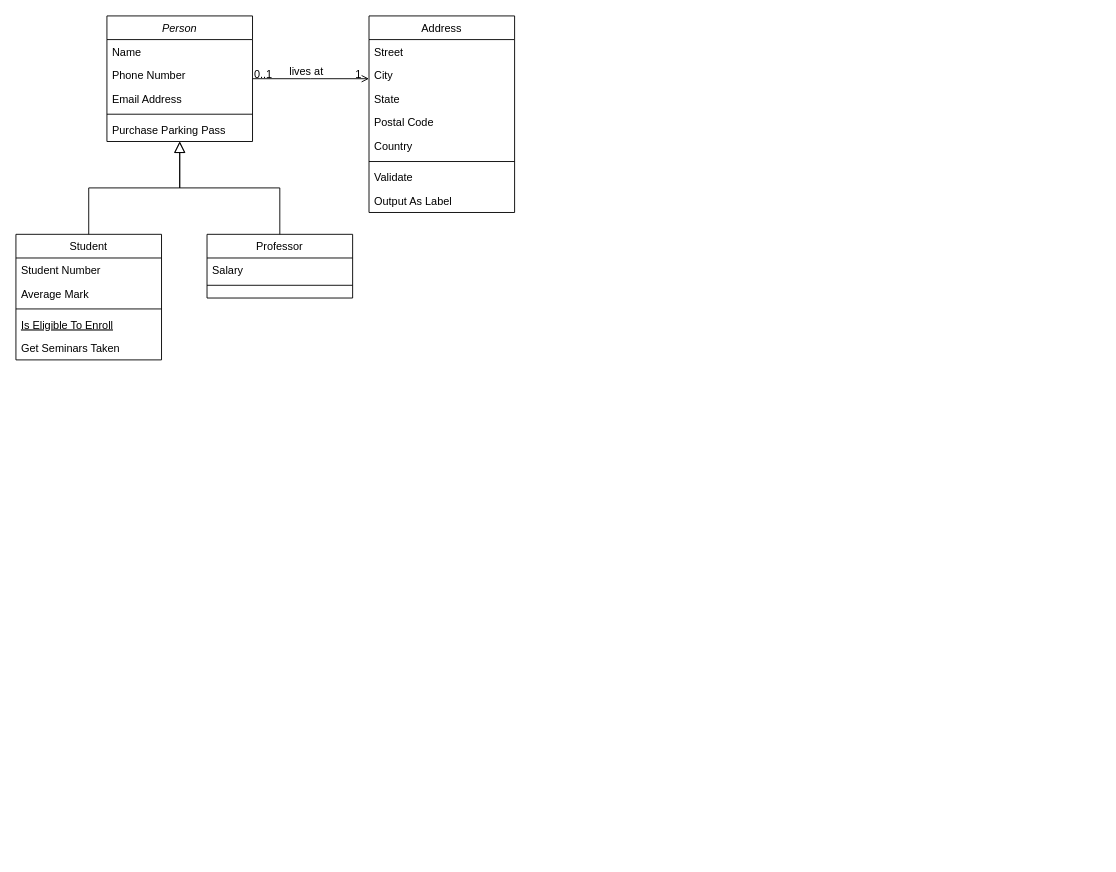
Above: Untitled Diagram.drawio in karim-daw/connect4-game (draw.io), before the change. Source tidied: cells renumbered, new cells numbered last; positions are measured from the earlier drawing's top-left corner, leaving out a move shared by most shapes. Both pictures are drawn from the tidied source at 91%, with x=0, y=0 at pixel (15, 15).
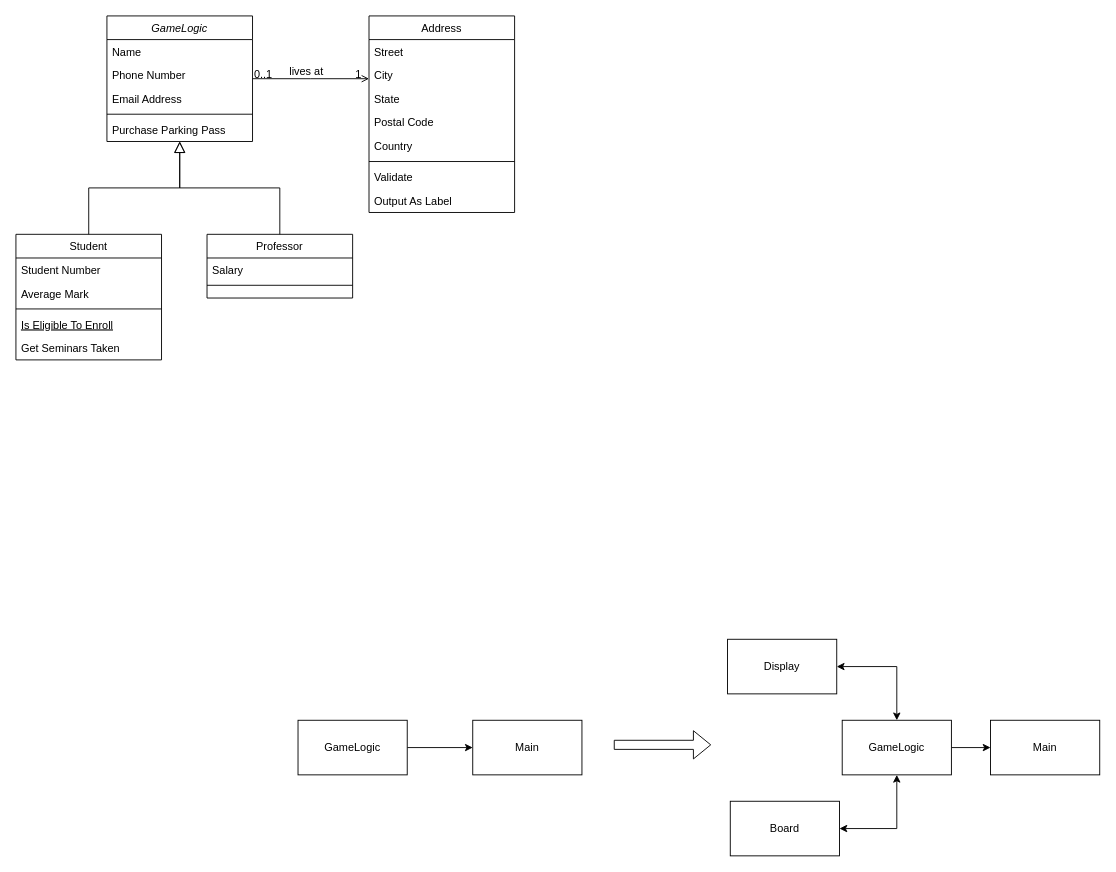
The same diagram, later.

The edit, as a diff of the source:
```diff
@@
-    <mxCell id="2" value="Person" style="swimlane;fontStyle=2;align=center;verticalAlign=top;horizontal=1;startSize=26;rounded=0;shadow=0;strokeWidth=1;" parent="1" vertex="1">
+    <mxCell id="2" value="GameLogic" style="swimlane;fontStyle=2;align=center;verticalAlign=top;horizontal=1;startSize=26;rounded=0;shadow=0;strokeWidth=1;" parent="1" vertex="1">
       <mxGeometry x="100" width="160" height="138" as="geometry" />
     </mxCell>
@@
+    <mxCell id="32" style="edgeStyle=orthogonalEdgeStyle;rounded=0;jettySize=auto;html=1;" parent="1" edge="1" source="34" target="38">
+      <mxGeometry relative="1" as="geometry" />
+    </mxCell>
+    <mxCell id="33" style="edgeStyle=orthogonalEdgeStyle;rounded=0;jettySize=auto;html=1;exitX=0.5;exitY=1;exitDx=0;exitDy=0;entryX=1;entryY=0.5;entryDx=0;entryDy=0;startArrow=classic;startFill=1;" parent="1" edge="1" source="34" target="37">
+      <mxGeometry relative="1" as="geometry" />
+    </mxCell>
+    <mxCell id="34" value="GameLogic" style="rounded=0;whiteSpace=wrap;html=1;" parent="1" vertex="1">
+      <mxGeometry x="908" y="774" width="120" height="60" as="geometry" />
+    </mxCell>
+    <mxCell id="35" style="edgeStyle=orthogonalEdgeStyle;rounded=0;jettySize=auto;html=1;exitX=1;exitY=0.5;exitDx=0;exitDy=0;startArrow=classic;startFill=1;" parent="1" edge="1" source="36" target="34">
+      <mxGeometry relative="1" as="geometry" />
+    </mxCell>
+    <mxCell id="36" value="Display" style="rounded=0;whiteSpace=wrap;html=1;" parent="1" vertex="1">
+      <mxGeometry x="782" y="685" width="120" height="60" as="geometry" />
+    </mxCell>
+    <mxCell id="37" value="Board" style="rounded=0;whiteSpace=wrap;html=1;" parent="1" vertex="1">
+      <mxGeometry x="785" y="863" width="120" height="60" as="geometry" />
+    </mxCell>
+    <mxCell id="38" value="Main" style="whiteSpace=wrap;html=1;rounded=0;" parent="1" vertex="1">
+      <mxGeometry x="1071" y="774" width="120" height="60" as="geometry" />
+    </mxCell>
+    <mxCell id="39" style="edgeStyle=orthogonalEdgeStyle;rounded=0;jettySize=auto;html=1;exitX=1;exitY=0.5;exitDx=0;exitDy=0;entryX=0;entryY=0.5;entryDx=0;entryDy=0;" parent="1" edge="1" source="40" target="41">
+      <mxGeometry relative="1" as="geometry" />
+    </mxCell>
+    <mxCell id="40" value="GameLogic" style="rounded=0;whiteSpace=wrap;html=1;" parent="1" vertex="1">
+      <mxGeometry x="310" y="774" width="120" height="60" as="geometry" />
+    </mxCell>
+    <mxCell id="41" value="Main" style="whiteSpace=wrap;html=1;rounded=0;" parent="1" vertex="1">
+      <mxGeometry x="502" y="774" width="120" height="60" as="geometry" />
+    </mxCell>
+    <mxCell id="42" style="shape=flexArrow;endArrow=classic;html=1;rounded=0;" parent="1" edge="1">
+      <mxGeometry relative="1" as="geometry">
+        <mxPoint x="657" y="801" as="sourcePoint" />
+        <mxPoint x="764" y="801" as="targetPoint" />
+      </mxGeometry>
+    </mxCell>
```
